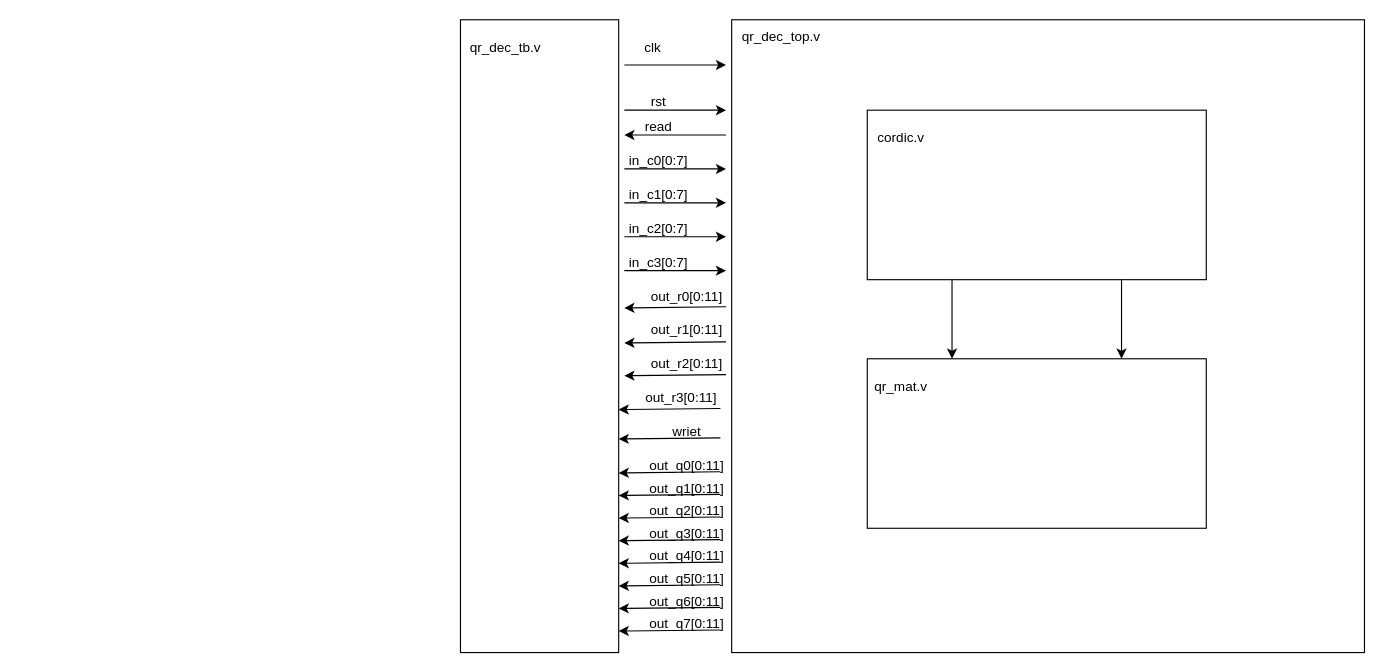
Earlier version of the draw.io diagram qr_dec_system.drawio (jihuien/ML100Days). Source tidied: cells renumbered, new cells numbered last; positions are measured from the earlier drawing's top-left corner, leaving out a move shared by most shapes. Both pictures are drawn from the tidied source at 113%, with x=0, y=0 at pixel (460, 19).
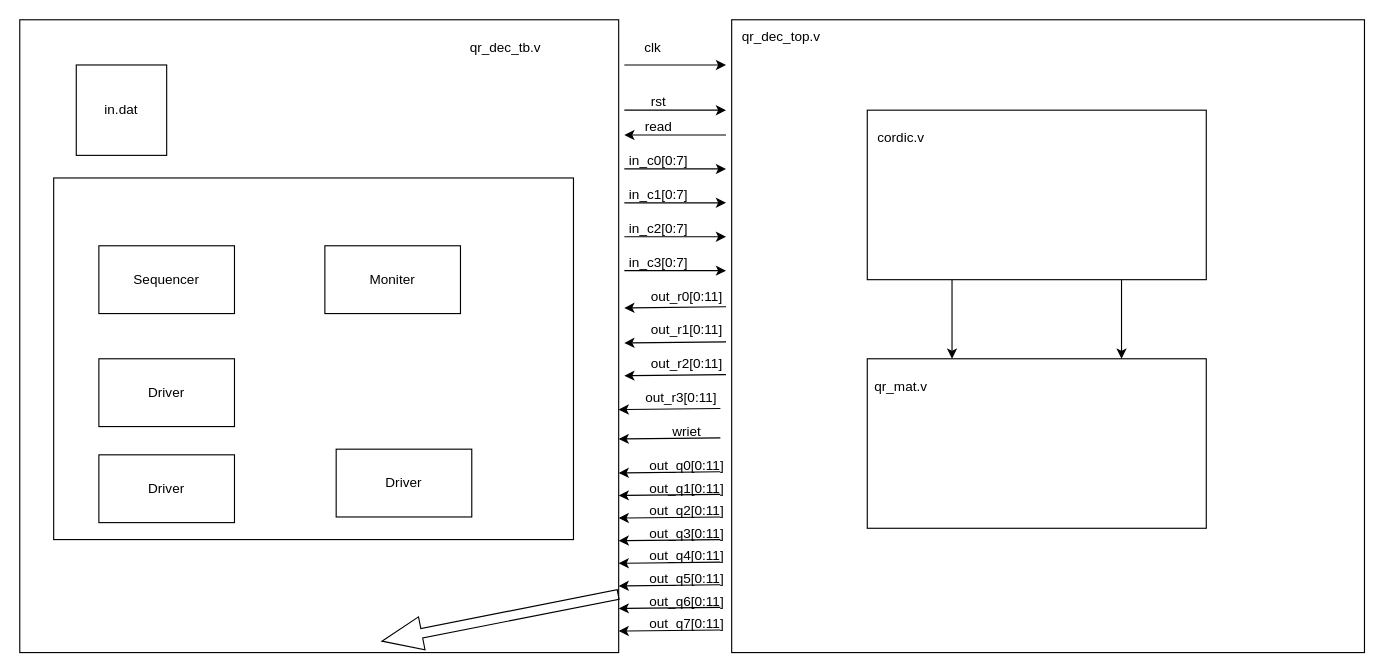
The same page after the edit.

What changed in the source:
```diff
@@
     <mxCell id="5" style="rounded=0;whiteSpace=wrap;html=1;" parent="1" vertex="1">
-      <mxGeometry width="140" height="560" as="geometry" />
+      <mxGeometry x="-390" width="530" height="560" as="geometry" />
     </mxCell>
@@
+    <mxCell id="67" value="in.dat" style="whiteSpace=wrap;html=1;" parent="1" vertex="1">
+      <mxGeometry x="-340" y="40" width="80" height="80" as="geometry" />
+    </mxCell>
+    <mxCell id="68" style="rounded=0;whiteSpace=wrap;html=1;" parent="1" vertex="1">
+      <mxGeometry x="-360" y="140" width="460" height="320" as="geometry" />
+    </mxCell>
+    <mxCell id="69" value="Sequencer" style="rounded=0;whiteSpace=wrap;html=1;" parent="1" vertex="1">
+      <mxGeometry x="-320" y="200" width="120" height="60" as="geometry" />
+    </mxCell>
+    <mxCell id="70" value="Driver" style="rounded=0;whiteSpace=wrap;html=1;" parent="1" vertex="1">
+      <mxGeometry x="-320" y="300" width="120" height="60" as="geometry" />
+    </mxCell>
+    <mxCell id="71" value="Driver" style="rounded=0;whiteSpace=wrap;html=1;" parent="1" vertex="1">
+      <mxGeometry x="-320" y="385" width="120" height="60" as="geometry" />
+    </mxCell>
+    <mxCell id="72" value="Moniter" style="rounded=0;whiteSpace=wrap;html=1;" parent="1" vertex="1">
+      <mxGeometry x="-120" y="200" width="120" height="60" as="geometry" />
+    </mxCell>
+    <mxCell id="73" value="Driver" style="rounded=0;whiteSpace=wrap;html=1;" parent="1" vertex="1">
+      <mxGeometry x="-110" y="380" width="120" height="60" as="geometry" />
+    </mxCell>
+    <mxCell id="74" style="shape=flexArrow;endArrow=classic;html=1;rounded=0;width=8.571428571428571;endSize=11.642857142857144;exitX=1;exitY=0.908;exitDx=0;exitDy=0;exitPerimeter=0;" parent="1" edge="1" source="5">
+      <mxGeometry relative="1" as="geometry">
+        <mxPoint x="-70" y="550" as="targetPoint" />
+      </mxGeometry>
+    </mxCell>
```
